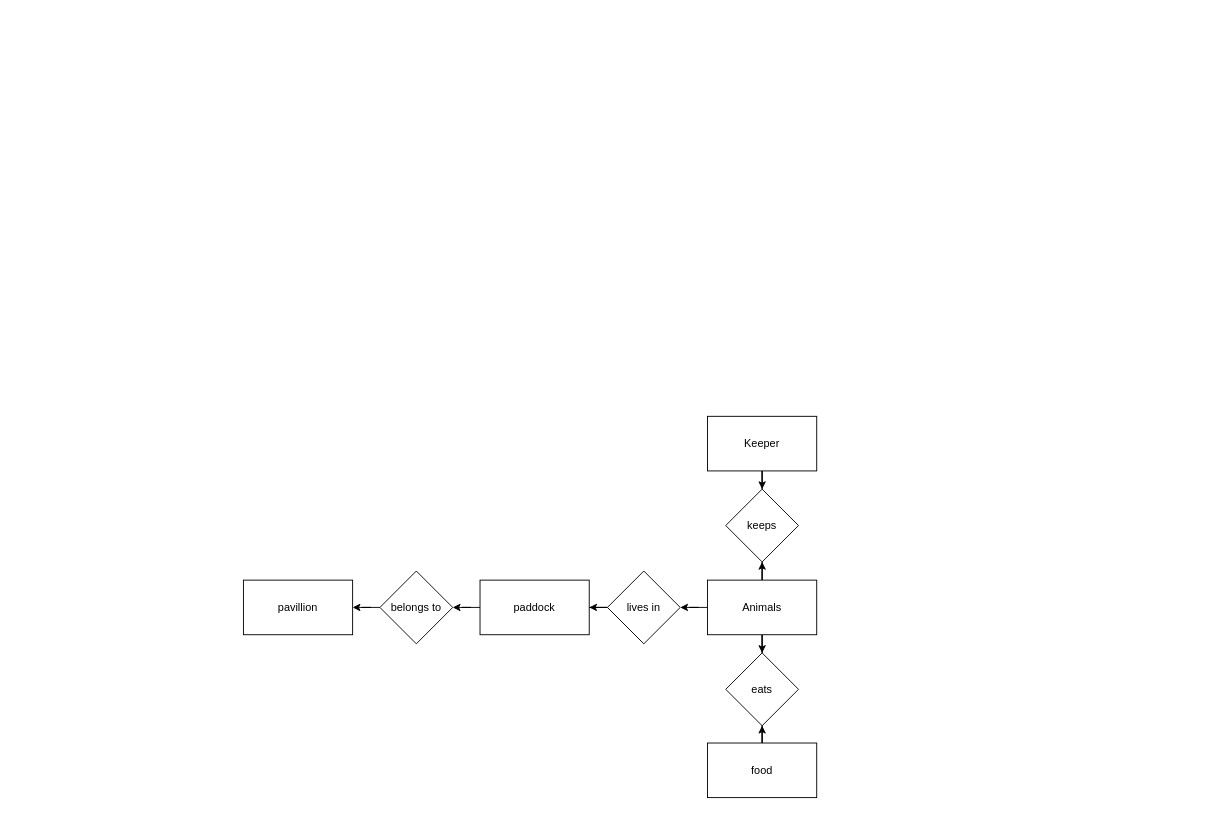
The draw.io diagram Python/hry/Diagram bez názvu.drawio in Midllock/school_python, before the edit. Source tidied: cells renumbered, new cells numbered last; positions are measured from the earlier drawing's top-left corner, leaving out a move shared by most shapes. Both pictures are drawn from the tidied source at 91%, with x=0, y=0 at pixel (243, 416).
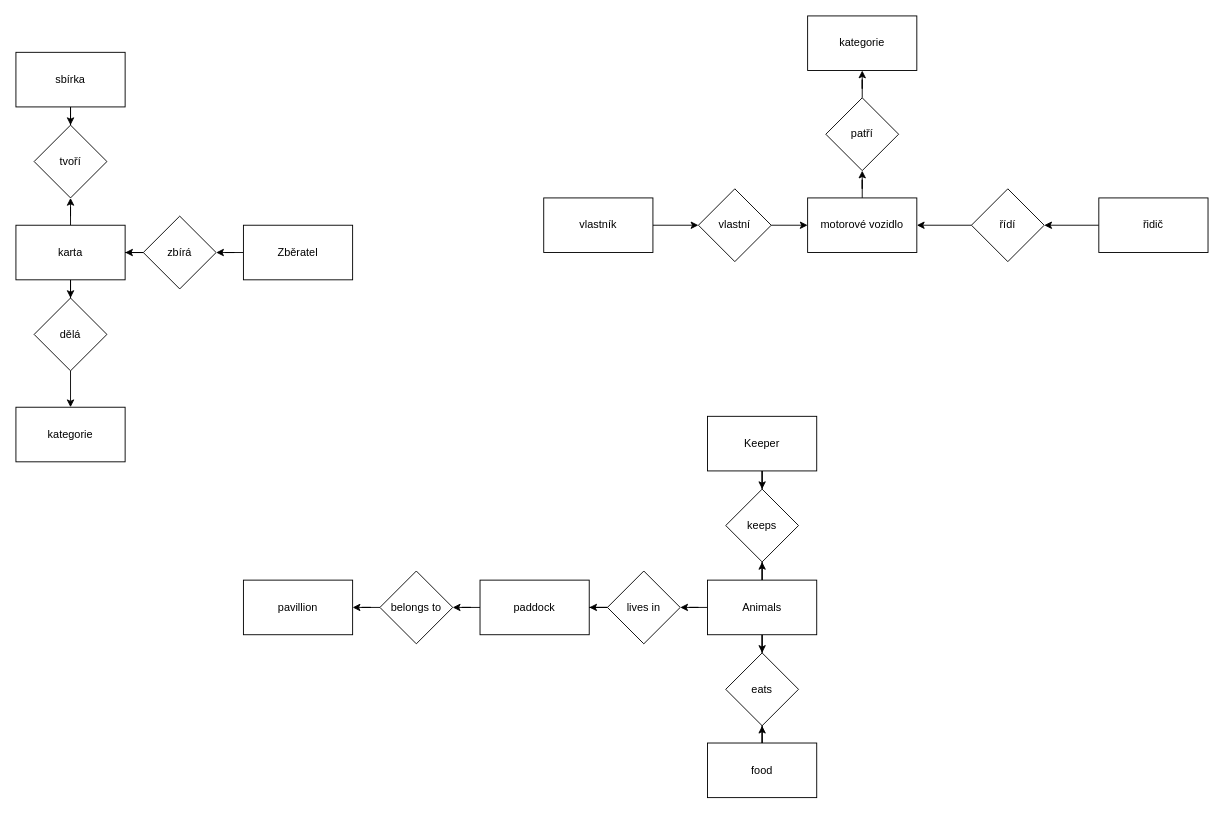
Above is the later version.

The edit, as a diff of the source:
```diff
@@
+    <mxCell id="19" style="edgeStyle=orthogonalEdgeStyle;rounded=0;jettySize=auto;html=1;" parent="1" edge="1" source="21" target="28">
+      <mxGeometry relative="1" as="geometry" />
+    </mxCell>
+    <mxCell id="20" style="edgeStyle=orthogonalEdgeStyle;rounded=0;jettySize=auto;html=1;" parent="1" edge="1" source="21" target="31">
+      <mxGeometry relative="1" as="geometry" />
+    </mxCell>
+    <mxCell id="21" value="karta" style="rounded=0;whiteSpace=wrap;html=1;" parent="1" vertex="1">
+      <mxGeometry x="-250" y="-210" width="120" height="60" as="geometry" />
+    </mxCell>
+    <mxCell id="22" style="edgeStyle=orthogonalEdgeStyle;rounded=0;jettySize=auto;html=1;" parent="1" edge="1" source="23" target="31">
+      <mxGeometry relative="1" as="geometry" />
+    </mxCell>
+    <mxCell id="23" value="sbírka" style="rounded=0;whiteSpace=wrap;html=1;" parent="1" vertex="1">
+      <mxGeometry x="-250" y="-400" width="120" height="60" as="geometry" />
+    </mxCell>
+    <mxCell id="24" style="edgeStyle=orthogonalEdgeStyle;rounded=0;jettySize=auto;html=1;entryX=1;entryY=0.5;entryDx=0;entryDy=0;" parent="1" edge="1" source="25" target="30">
+      <mxGeometry relative="1" as="geometry" />
+    </mxCell>
+    <mxCell id="25" value="Zběratel" style="rounded=0;whiteSpace=wrap;html=1;" parent="1" vertex="1">
+      <mxGeometry y="-210" width="120" height="60" as="geometry" />
+    </mxCell>
+    <mxCell id="26" value="kategorie" style="rounded=0;whiteSpace=wrap;html=1;" parent="1" vertex="1">
+      <mxGeometry x="-250" y="-10" width="120" height="60" as="geometry" />
+    </mxCell>
+    <mxCell id="27" style="edgeStyle=orthogonalEdgeStyle;rounded=0;jettySize=auto;html=1;" parent="1" edge="1" source="28" target="26">
+      <mxGeometry relative="1" as="geometry" />
+    </mxCell>
+    <mxCell id="28" value="dělá" style="rhombus;whiteSpace=wrap;html=1;" parent="1" vertex="1">
+      <mxGeometry x="-230" y="-130" width="80" height="80" as="geometry" />
+    </mxCell>
+    <mxCell id="29" style="edgeStyle=orthogonalEdgeStyle;rounded=0;jettySize=auto;html=1;" parent="1" edge="1" source="30" target="21">
+      <mxGeometry relative="1" as="geometry" />
+    </mxCell>
+    <mxCell id="30" value="zbírá" style="rhombus;whiteSpace=wrap;html=1;" parent="1" vertex="1">
+      <mxGeometry x="-110" y="-220" width="80" height="80" as="geometry" />
+    </mxCell>
+    <mxCell id="31" value="tvoří" style="rhombus;whiteSpace=wrap;html=1;" parent="1" vertex="1">
+      <mxGeometry x="-230" y="-320" width="80" height="80" as="geometry" />
+    </mxCell>
+    <mxCell id="32" style="edgeStyle=orthogonalEdgeStyle;rounded=0;jettySize=auto;html=1;entryX=0.5;entryY=1;entryDx=0;entryDy=0;" parent="1" edge="1" source="33" target="44">
+      <mxGeometry relative="1" as="geometry" />
+    </mxCell>
+    <mxCell id="33" value="motorové vozidlo" style="rounded=0;whiteSpace=wrap;html=1;" parent="1" vertex="1">
+      <mxGeometry x="620" y="-240" width="120" height="60" as="geometry" />
+    </mxCell>
+    <mxCell id="34" value="kategorie" style="rounded=0;whiteSpace=wrap;html=1;" parent="1" vertex="1">
+      <mxGeometry x="620" y="-440" width="120" height="60" as="geometry" />
+    </mxCell>
+    <mxCell id="35" style="edgeStyle=orthogonalEdgeStyle;rounded=0;jettySize=auto;html=1;entryX=1;entryY=0.5;entryDx=0;entryDy=0;" parent="1" edge="1" source="36" target="40">
+      <mxGeometry relative="1" as="geometry" />
+    </mxCell>
+    <mxCell id="36" value="řidič" style="rounded=0;whiteSpace=wrap;html=1;" parent="1" vertex="1">
+      <mxGeometry x="940" y="-240" width="120" height="60" as="geometry" />
+    </mxCell>
+    <mxCell id="37" style="edgeStyle=orthogonalEdgeStyle;rounded=0;jettySize=auto;html=1;" parent="1" edge="1" source="38" target="42">
+      <mxGeometry relative="1" as="geometry" />
+    </mxCell>
+    <mxCell id="38" value="vlastník" style="rounded=0;whiteSpace=wrap;html=1;" parent="1" vertex="1">
+      <mxGeometry x="330" y="-240" width="120" height="60" as="geometry" />
+    </mxCell>
+    <mxCell id="39" style="edgeStyle=orthogonalEdgeStyle;rounded=0;jettySize=auto;html=1;entryX=1;entryY=0.5;entryDx=0;entryDy=0;" parent="1" edge="1" source="40" target="33">
+      <mxGeometry relative="1" as="geometry" />
+    </mxCell>
+    <mxCell id="40" value="řídí" style="rhombus;whiteSpace=wrap;html=1;" parent="1" vertex="1">
+      <mxGeometry x="800" y="-250" width="80" height="80" as="geometry" />
+    </mxCell>
+    <mxCell id="41" style="edgeStyle=orthogonalEdgeStyle;rounded=0;jettySize=auto;html=1;entryX=0;entryY=0.5;entryDx=0;entryDy=0;" parent="1" edge="1" source="42" target="33">
+      <mxGeometry relative="1" as="geometry" />
+    </mxCell>
+    <mxCell id="42" value="vlastní" style="rhombus;whiteSpace=wrap;html=1;" parent="1" vertex="1">
+      <mxGeometry x="500" y="-250" width="80" height="80" as="geometry" />
+    </mxCell>
+    <mxCell id="43" style="edgeStyle=orthogonalEdgeStyle;rounded=0;jettySize=auto;html=1;" parent="1" edge="1" source="44" target="34">
+      <mxGeometry relative="1" as="geometry" />
+    </mxCell>
+    <mxCell id="44" value="patří" style="rhombus;whiteSpace=wrap;html=1;" parent="1" vertex="1">
+      <mxGeometry x="640" y="-350" width="80" height="80" as="geometry" />
+    </mxCell>
```
